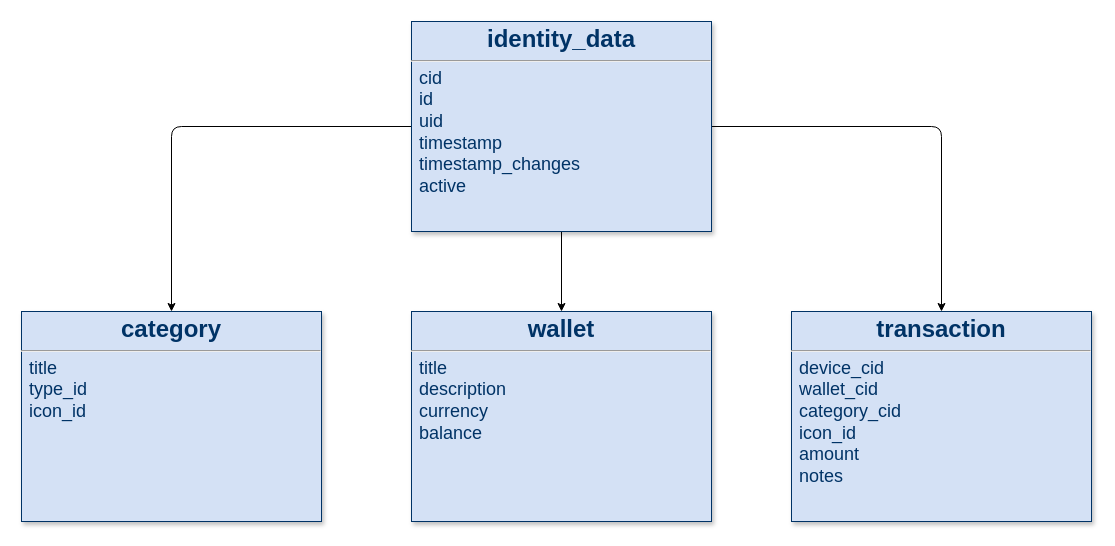
The draw.io diagram keepersy_client.drawio in fits91/schemas, before the edit. Source tidied: cells renumbered, new cells numbered last; positions are measured from the earlier drawing's top-left corner, leaving out a move shared by most shapes. Both pictures are drawn from the tidied source at 100%, with x=0, y=0 at pixel (21, 21).
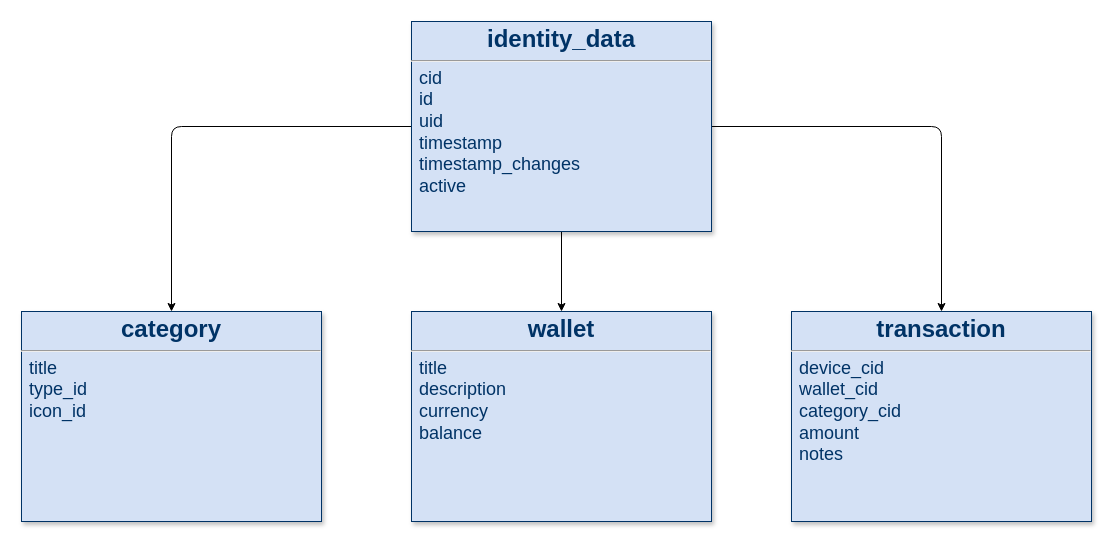
After the change.

Commit message:
update transaction model

The edit, as a diff of the source:
```diff
@@
 <mxGraphModel>
   <root>
     <mxCell id="0" />
     <mxCell id="1" parent="0" />
     <mxCell id="2" style="edgeStyle=orthogonalEdgeStyle;rounded=1;jettySize=auto;html=1;fontSize=18;" parent="1" edge="1" source="5" target="6">
       <mxGeometry relative="1" as="geometry" />
     </mxCell>
     <mxCell id="3" style="edgeStyle=orthogonalEdgeStyle;rounded=1;jettySize=auto;html=1;fontSize=18;" parent="1" edge="1" source="5" target="7">
       <mxGeometry relative="1" as="geometry" />
     </mxCell>
     <mxCell id="4" style="edgeStyle=orthogonalEdgeStyle;rounded=1;jettySize=auto;html=1;fontSize=18;" parent="1" edge="1" source="5" target="8">
       <mxGeometry relative="1" as="geometry" />
     </mxCell>
     <mxCell id="5" value="&lt;p style=&quot;margin: 4px 0px 0px ; text-align: center&quot;&gt;&lt;strong&gt;&lt;font style=&quot;font-size: 24px&quot;&gt;identity_data&lt;/font&gt;&lt;/strong&gt;&lt;/p&gt;&lt;hr&gt;&lt;p style=&quot;margin: 0px ; margin-left: 8px&quot;&gt;&lt;font style=&quot;font-size: 18px&quot;&gt;cid&lt;/font&gt;&lt;/p&gt;&lt;p style=&quot;margin: 0px ; margin-left: 8px&quot;&gt;&lt;font style=&quot;font-size: 18px&quot;&gt;id&lt;/font&gt;&lt;/p&gt;&lt;p style=&quot;margin: 0px ; margin-left: 8px&quot;&gt;&lt;font style=&quot;font-size: 18px&quot;&gt;uid&amp;nbsp;&lt;/font&gt;&lt;/p&gt;&lt;p style=&quot;margin: 0px ; margin-left: 8px&quot;&gt;&lt;font style=&quot;font-size: 18px&quot;&gt;timestamp&lt;/font&gt;&lt;/p&gt;&lt;p style=&quot;margin: 0px ; margin-left: 8px&quot;&gt;&lt;font style=&quot;font-size: 18px&quot;&gt;timestamp_changes&lt;/font&gt;&lt;/p&gt;&lt;p style=&quot;margin: 0px ; margin-left: 8px&quot;&gt;&lt;font style=&quot;font-size: 18px&quot;&gt;active&lt;/font&gt;&lt;/p&gt;&lt;p style=&quot;margin: 0px ; margin-left: 8px&quot;&gt;&lt;font size=&quot;3&quot;&gt;&lt;br&gt;&lt;/font&gt;&lt;/p&gt;" style="verticalAlign=top;align=left;overflow=fill;fontSize=12;fontFamily=Helvetica;html=1;strokeColor=#003366;shadow=1;fillColor=#D4E1F5;fontColor=#003366;" parent="1" vertex="1">
       <mxGeometry x="390" width="300" height="210" as="geometry" />
     </mxCell>
     <mxCell id="6" value="&lt;p style=&quot;margin: 4px 0px 0px ; text-align: center&quot;&gt;&lt;strong&gt;&lt;font style=&quot;font-size: 24px&quot;&gt;category&lt;/font&gt;&lt;/strong&gt;&lt;/p&gt;&lt;hr&gt;&lt;p style=&quot;margin: 0px ; margin-left: 8px&quot;&gt;&lt;font size=&quot;4&quot;&gt;title&amp;nbsp;&lt;/font&gt;&lt;/p&gt;&lt;p style=&quot;margin: 0px ; margin-left: 8px&quot;&gt;&lt;font size=&quot;4&quot;&gt;type_id&lt;/font&gt;&lt;/p&gt;&lt;p style=&quot;margin: 0px ; margin-left: 8px&quot;&gt;&lt;font size=&quot;4&quot;&gt;icon_id&lt;/font&gt;&lt;/p&gt;&lt;p style=&quot;margin: 0px ; margin-left: 8px&quot;&gt;&lt;font size=&quot;3&quot;&gt;&lt;br&gt;&lt;/font&gt;&lt;/p&gt;" style="verticalAlign=top;align=left;overflow=fill;fontSize=12;fontFamily=Helvetica;html=1;strokeColor=#003366;shadow=1;fillColor=#D4E1F5;fontColor=#003366;" parent="1" vertex="1">
       <mxGeometry y="290" width="300" height="210" as="geometry" />
     </mxCell>
     <mxCell id="7" value="&lt;p style=&quot;margin: 4px 0px 0px ; text-align: center&quot;&gt;&lt;strong&gt;&lt;font style=&quot;font-size: 24px&quot;&gt;wallet&lt;/font&gt;&lt;/strong&gt;&lt;/p&gt;&lt;hr&gt;&lt;p style=&quot;margin: 0px ; margin-left: 8px&quot;&gt;&lt;font size=&quot;4&quot;&gt;title&lt;/font&gt;&lt;/p&gt;&lt;p style=&quot;margin: 0px ; margin-left: 8px&quot;&gt;&lt;font size=&quot;4&quot;&gt;description&lt;/font&gt;&lt;/p&gt;&lt;p style=&quot;margin: 0px ; margin-left: 8px&quot;&gt;&lt;font size=&quot;4&quot;&gt;currency&lt;/font&gt;&lt;/p&gt;&lt;p style=&quot;margin: 0px ; margin-left: 8px&quot;&gt;&lt;font size=&quot;4&quot;&gt;balance&lt;/font&gt;&lt;/p&gt;&lt;p style=&quot;margin: 0px ; margin-left: 8px&quot;&gt;&lt;font size=&quot;3&quot;&gt;&lt;br&gt;&lt;/font&gt;&lt;/p&gt;" style="verticalAlign=top;align=left;overflow=fill;fontSize=12;fontFamily=Helvetica;html=1;strokeColor=#003366;shadow=1;fillColor=#D4E1F5;fontColor=#003366;" parent="1" vertex="1">
       <mxGeometry x="390" y="290" width="300" height="210" as="geometry" />
     </mxCell>
-    <mxCell id="8" value="&lt;p style=&quot;margin: 4px 0px 0px ; text-align: center&quot;&gt;&lt;strong&gt;&lt;font style=&quot;font-size: 24px&quot;&gt;transaction&lt;/font&gt;&lt;/strong&gt;&lt;/p&gt;&lt;hr&gt;&lt;p style=&quot;margin: 0px ; margin-left: 8px&quot;&gt;&lt;font size=&quot;4&quot;&gt;device_cid&lt;/font&gt;&lt;/p&gt;&lt;p style=&quot;margin: 0px ; margin-left: 8px&quot;&gt;&lt;font size=&quot;4&quot;&gt;wallet_cid&lt;/font&gt;&lt;/p&gt;&lt;p style=&quot;margin: 0px ; margin-left: 8px&quot;&gt;&lt;font size=&quot;4&quot;&gt;category_cid&lt;/font&gt;&lt;br&gt;&lt;/p&gt;&lt;p style=&quot;margin: 0px ; margin-left: 8px&quot;&gt;&lt;font size=&quot;4&quot;&gt;icon_id&lt;br&gt;&lt;/font&gt;&lt;/p&gt;&lt;p style=&quot;margin: 0px ; margin-left: 8px&quot;&gt;&lt;font size=&quot;4&quot;&gt;amount&lt;/font&gt;&lt;/p&gt;&lt;p style=&quot;margin: 0px ; margin-left: 8px&quot;&gt;&lt;font size=&quot;4&quot;&gt;notes&lt;/font&gt;&lt;/p&gt;&lt;p style=&quot;margin: 0px ; margin-left: 8px&quot;&gt;&lt;font size=&quot;3&quot;&gt;&lt;br&gt;&lt;/font&gt;&lt;/p&gt;" style="verticalAlign=top;align=left;overflow=fill;fontSize=12;fontFamily=Helvetica;html=1;strokeColor=#003366;shadow=1;fillColor=#D4E1F5;fontColor=#003366;" parent="1" vertex="1">
+    <mxCell id="8" value="&lt;p style=&quot;margin: 4px 0px 0px ; text-align: center&quot;&gt;&lt;strong&gt;&lt;font style=&quot;font-size: 24px&quot;&gt;transaction&lt;/font&gt;&lt;/strong&gt;&lt;/p&gt;&lt;hr&gt;&lt;p style=&quot;margin: 0px ; margin-left: 8px&quot;&gt;&lt;font size=&quot;4&quot;&gt;device_cid&lt;/font&gt;&lt;/p&gt;&lt;p style=&quot;margin: 0px ; margin-left: 8px&quot;&gt;&lt;font size=&quot;4&quot;&gt;wallet_cid&lt;/font&gt;&lt;/p&gt;&lt;p style=&quot;margin: 0px ; margin-left: 8px&quot;&gt;&lt;font size=&quot;4&quot;&gt;category_cid&lt;/font&gt;&lt;/p&gt;&lt;p style=&quot;margin: 0px ; margin-left: 8px&quot;&gt;&lt;font size=&quot;4&quot;&gt;amount&lt;/font&gt;&lt;/p&gt;&lt;p style=&quot;margin: 0px ; margin-left: 8px&quot;&gt;&lt;font size=&quot;4&quot;&gt;notes&lt;/font&gt;&lt;/p&gt;&lt;p style=&quot;margin: 0px ; margin-left: 8px&quot;&gt;&lt;font size=&quot;3&quot;&gt;&lt;br&gt;&lt;/font&gt;&lt;/p&gt;" style="verticalAlign=top;align=left;overflow=fill;fontSize=12;fontFamily=Helvetica;html=1;strokeColor=#003366;shadow=1;fillColor=#D4E1F5;fontColor=#003366;" parent="1" vertex="1">
       <mxGeometry x="770" y="290" width="300" height="210" as="geometry" />
     </mxCell>
   </root>
 </mxGraphModel>
```
